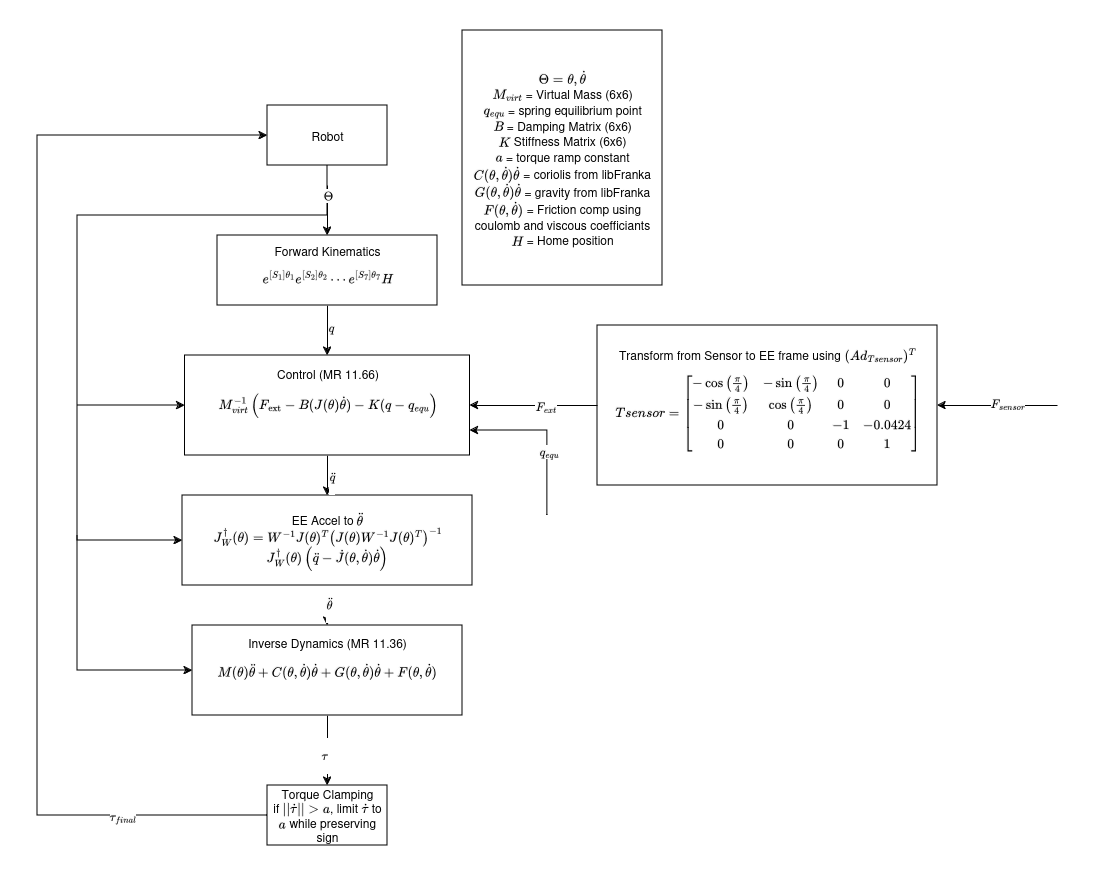
This is controller.png from jrblom2/Franka-Emika-Admittance-Control, a draw.io export, as it was before one commit. Source tidied: cells renumbered, new cells last; positions are measured from the earlier drawing's top-left corner, leaving out a move shared by most shapes.
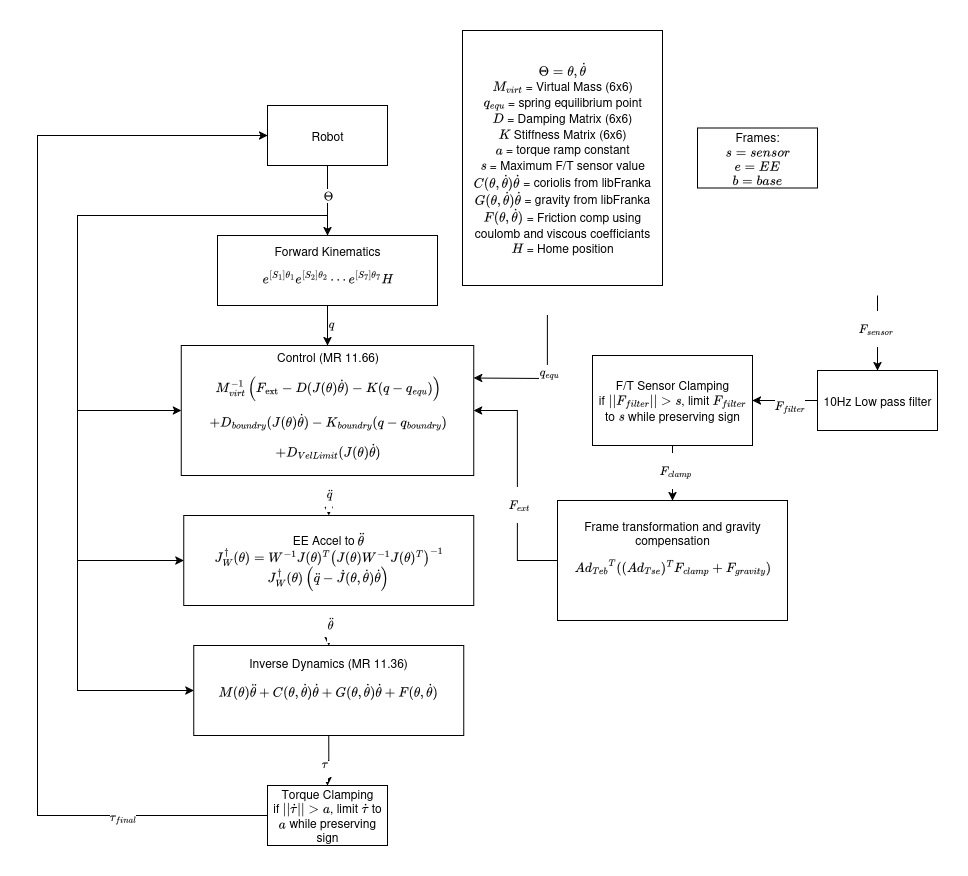
The same file after the commit.

Commit message:
update block diagrams in repo

The edit, as a diff of the source:
```diff
@@ -12,7 +12,7 @@
       <mxGeometry x="0.12" y="-4" relative="1" as="geometry" />
     </mxCell>
     <mxCell id="5" value="&lt;div&gt;Inverse Dynamics (MR 11.36)&lt;/div&gt;&lt;div&gt;$$M(\theta)\ddot{\theta} + C(\theta, \dot{\theta})\dot{\theta} + G(\theta, \dot{\theta})\dot{\theta} + F(\theta, \dot{\theta})$$&lt;br&gt;&lt;/div&gt;" style="rounded=0;whiteSpace=wrap;html=1;" parent="1" vertex="1">
-      <mxGeometry x="155" y="595" width="270" height="90" as="geometry" />
+      <mxGeometry x="156.2" y="615" width="270" height="90" as="geometry" />
     </mxCell>
     <mxCell id="6" style="edgeStyle=orthogonalEdgeStyle;rounded=0;jettySize=auto;html=1;exitX=0;exitY=0.5;exitDx=0;exitDy=0;entryX=0;entryY=0.5;entryDx=0;entryDy=0;" parent="1" edge="1" source="8" target="2">
       <mxGeometry relative="1" as="geometry">
@@ -35,14 +35,14 @@
       <mxGeometry x="-0.16" relative="1" as="geometry" />
     </mxCell>
     <mxCell id="11" value="EE Accel to \(\ddot{\theta}\)&lt;br&gt;\(J^{\dagger}_W(\theta) = W^{-1} J(\theta)^T \left( J(\theta) W^{-1} J(\theta)^T \right)^{-1}\)&lt;br&gt;\(J^{\dagger}_W(\theta) \left( \ddot{q} - \dot{J}(\theta, \dot{\theta}) \dot{\theta} \right)&lt;br&gt;\)" style="rounded=0;whiteSpace=wrap;html=1;" parent="1" vertex="1">
-      <mxGeometry x="145" y="465" width="290" height="90" as="geometry" />
+      <mxGeometry x="146.2" y="485" width="290" height="90" as="geometry" />
     </mxCell>
     <mxCell id="12" style="edgeStyle=orthogonalEdgeStyle;rounded=0;jettySize=auto;html=1;exitX=0.5;exitY=1;exitDx=0;exitDy=0;entryX=0;entryY=0.5;entryDx=0;entryDy=0;" parent="1" edge="1" source="2" target="11">
       <mxGeometry relative="1" as="geometry">
         <Array as="points">
           <mxPoint x="290" y="185" />
           <mxPoint x="40" y="185" />
-          <mxPoint x="40" y="510" />
+          <mxPoint x="40" y="530" />
         </Array>
       </mxGeometry>
     </mxCell>
@@ -61,33 +61,30 @@
     <mxCell id="17" value="$$\ddot{q}$$" style="edgeLabel;html=1;align=center;verticalAlign=middle;" parent="16" vertex="1">
       <mxGeometry x="-0.02" y="3" relative="1" as="geometry" />
     </mxCell>
-    <mxCell id="18" value="&lt;div&gt;Control (MR 11.66)&lt;br&gt;&lt;/div&gt;&lt;div&gt;$$M_{virt}^{-1} \left( F_{\text{ext}} - B (J(\theta) \dot\theta) - K (q - q_{equ} \right)&lt;br&gt;$$&lt;br&gt;&lt;/div&gt;" style="rounded=0;whiteSpace=wrap;html=1;" parent="1" vertex="1">
-      <mxGeometry x="147.5" y="325" width="285" height="100" as="geometry" />
+    <mxCell id="18" value="&lt;div&gt;Control (MR 11.66)&lt;br&gt;&lt;/div&gt;&lt;div&gt;$$M_{virt}^{-1} \left( F_{\text{ext}} - D (J(\theta) \dot\theta) - K (q - q_{equ}) \right)&lt;br&gt;$$ $$ + D_{boundry} (J(\theta) \dot\theta) - K_{boundry} (q - q_{boundry})$$ $$ + D_{VelLimit} (J(\theta) \dot\theta)$$&lt;/div&gt;" style="rounded=0;whiteSpace=wrap;html=1;" parent="1" vertex="1">
+      <mxGeometry x="143.8" y="315" width="292.5" height="130" as="geometry" />
     </mxCell>
-    <mxCell id="19" style="endArrow=classic;html=1;rounded=0;entryX=1;entryY=0.5;entryDx=0;entryDy=0;" parent="1" edge="1" target="28">
+    <mxCell id="19" style="endArrow=classic;html=1;rounded=0;entryX=0.5;entryY=0;entryDx=0;entryDy=0;" parent="1" edge="1" target="37">
       <mxGeometry relative="1" as="geometry">
-        <mxPoint x="1020" y="375" as="sourcePoint" />
+        <mxPoint x="840" y="265" as="sourcePoint" />
       </mxGeometry>
     </mxCell>
     <mxCell id="20" value="$$F_{sensor}$$" style="edgeLabel;html=1;align=center;verticalAlign=middle;" parent="19" vertex="1">
       <mxGeometry x="-0.15" y="-3" relative="1" as="geometry" />
     </mxCell>
-    <mxCell id="21" value="&lt;div style=&quot;line-height: 130%;&quot;&gt;\(\Theta = \theta,\dot{\theta}\)&lt;br&gt;\(M_{virt}\) = Virtual Mass (6x6)&lt;br&gt;\(q_{equ}\) = spring equilibrium point&lt;br&gt;\(B\) = Damping Matrix (6x6)&lt;br&gt;\(K\) Stiffness Matrix (6x6)&lt;br&gt;\(a\) = torque ramp constant&lt;br&gt;\(C(\theta, \dot{\theta})\dot{\theta}\) = coriolis from libFranka&lt;br&gt;\(G(\theta, \dot{\theta})\dot{\theta}\) = gravity from libFranka&lt;br&gt;\(F(\theta, \dot{\theta})\) = Friction comp using coulomb and viscous coefficiants&lt;br&gt;&lt;/div&gt;&lt;div style=&quot;line-height: 130%;&quot;&gt;\(H\) = Home position&lt;br&gt;&lt;/div&gt;" style="rounded=0;whiteSpace=wrap;html=1;" parent="1" vertex="1">
+    <mxCell id="21" value="&lt;div style=&quot;line-height: 130%;&quot;&gt;\(\Theta = \theta,\dot{\theta}\)&lt;br&gt;\(M_{virt}\) = Virtual Mass (6x6)&lt;br&gt;\(q_{equ}\) = spring equilibrium point&lt;br&gt;\(D\) = Damping Matrix (6x6)&lt;br&gt;\(K\) Stiffness Matrix (6x6)&lt;br&gt;\(a\) = torque ramp constant&lt;br&gt;\(s\) = Maximum F/T sensor value&lt;br&gt;\(C(\theta, \dot{\theta})\dot{\theta}\) = coriolis from libFranka&lt;br&gt;\(G(\theta, \dot{\theta})\dot{\theta}\) = gravity from libFranka&lt;br&gt;\(F(\theta, \dot{\theta})\) = Friction comp using coulomb and viscous coefficiants&lt;br&gt;&lt;/div&gt;&lt;div style=&quot;line-height: 130%;&quot;&gt;\(H\) = Home position&lt;br&gt;&lt;/div&gt;" style="rounded=0;whiteSpace=wrap;html=1;" parent="1" vertex="1">
       <mxGeometry x="425" width="200" height="255" as="geometry" />
     </mxCell>
     <mxCell id="22" style="endArrow=classic;html=1;rounded=0;entryX=0;entryY=0.5;entryDx=0;entryDy=0;" parent="1" edge="1" target="18">
       <mxGeometry relative="1" as="geometry">
-        <mxPoint x="40" y="375" as="sourcePoint" />
-        <Array as="points">
-          <mxPoint x="75" y="375" />
-        </Array>
+        <mxPoint x="40" y="380" as="sourcePoint" />
       </mxGeometry>
     </mxCell>
     <mxCell id="23" style="endArrow=classic;html=1;rounded=0;entryX=0;entryY=0.5;entryDx=0;entryDy=0;" parent="1" edge="1" target="5">
       <mxGeometry relative="1" as="geometry">
         <mxPoint x="40" y="505" as="sourcePoint" />
         <Array as="points">
-          <mxPoint x="40" y="640" />
+          <mxPoint x="40" y="660" />
         </Array>
       </mxGeometry>
     </mxCell>
@@ -99,25 +96,51 @@
     <mxCell id="25" value="\(\Theta\)" style="edgeLabel;html=1;align=center;verticalAlign=middle;" parent="24" vertex="1">
       <mxGeometry x="-0.64" y="-1" relative="1" as="geometry" />
     </mxCell>
-    <mxCell id="26" style="endArrow=classic;html=1;rounded=0;entryX=1;entryY=0.75;entryDx=0;entryDy=0;" parent="1" edge="1" target="18">
+    <mxCell id="26" style="endArrow=classic;html=1;rounded=0;entryX=1;entryY=0.25;entryDx=0;entryDy=0;" parent="1" edge="1" target="18">
       <mxGeometry relative="1" as="geometry">
-        <mxPoint x="510" y="485" as="sourcePoint" />
+        <mxPoint x="510" y="285" as="sourcePoint" />
         <Array as="points">
-          <mxPoint x="510" y="400" />
+          <mxPoint x="510" y="348" />
         </Array>
       </mxGeometry>
     </mxCell>
     <mxCell id="27" value="\(q_{equ}\)" style="edgeLabel;html=1;align=center;verticalAlign=middle;" parent="26" vertex="1">
       <mxGeometry x="-0.2" relative="1" as="geometry" />
     </mxCell>
-    <mxCell id="28" value="Transform from Sensor to EE frame using \(({Ad_{Tsensor}})^T\)&lt;br&gt;$$Tsensor = \begin{bmatrix}&lt;br&gt;&amp;nbsp; -\cos\left(\frac{\pi}{4}\right) &amp;amp; -\sin\left(\frac{\pi}{4}\right) &amp;amp; 0 &amp;amp; 0 \\&lt;br&gt;&amp;nbsp; -\sin\left(\frac{\pi}{4}\right) &amp;amp;&amp;nbsp; \cos\left(\frac{\pi}{4}\right) &amp;amp; 0 &amp;amp; 0 \\&lt;br&gt;&amp;nbsp;&amp;nbsp; 0&amp;nbsp;&amp;nbsp;&amp;nbsp;&amp;nbsp;&amp;nbsp;&amp;nbsp;&amp;nbsp;&amp;nbsp;&amp;nbsp;&amp;nbsp;&amp;nbsp;&amp;nbsp;&amp;nbsp;&amp;nbsp;&amp;nbsp;&amp;nbsp;&amp;nbsp;&amp;nbsp;&amp;nbsp;&amp;nbsp;&amp;nbsp;&amp;nbsp;&amp;nbsp;&amp;nbsp;&amp;nbsp;&amp;nbsp;&amp;nbsp;&amp;nbsp;&amp;nbsp; &amp;amp;&amp;nbsp; 0&amp;nbsp;&amp;nbsp;&amp;nbsp;&amp;nbsp;&amp;nbsp;&amp;nbsp;&amp;nbsp;&amp;nbsp;&amp;nbsp;&amp;nbsp;&amp;nbsp;&amp;nbsp;&amp;nbsp;&amp;nbsp;&amp;nbsp;&amp;nbsp;&amp;nbsp;&amp;nbsp;&amp;nbsp;&amp;nbsp;&amp;nbsp;&amp;nbsp;&amp;nbsp;&amp;nbsp;&amp;nbsp;&amp;nbsp;&amp;nbsp;&amp;nbsp;&amp;nbsp; &amp;amp; -1 &amp;amp; -0.0424 \\&lt;br&gt;&amp;nbsp;&amp;nbsp; 0&amp;nbsp;&amp;nbsp;&amp;nbsp;&amp;nbsp;&amp;nbsp;&amp;nbsp;&amp;nbsp;&amp;nbsp;&amp;nbsp;&amp;nbsp;&amp;nbsp;&amp;nbsp;&amp;nbsp;&amp;nbsp;&amp;nbsp;&amp;nbsp;&amp;nbsp;&amp;nbsp;&amp;nbsp;&amp;nbsp;&amp;nbsp;&amp;nbsp;&amp;nbsp;&amp;nbsp;&amp;nbsp;&amp;nbsp;&amp;nbsp;&amp;nbsp;&amp;nbsp; &amp;amp;&amp;nbsp; 0&amp;nbsp;&amp;nbsp;&amp;nbsp;&amp;nbsp;&amp;nbsp;&amp;nbsp;&amp;nbsp;&amp;nbsp;&amp;nbsp;&amp;nbsp;&amp;nbsp;&amp;nbsp;&amp;nbsp;&amp;nbsp;&amp;nbsp;&amp;nbsp;&amp;nbsp;&amp;nbsp;&amp;nbsp;&amp;nbsp;&amp;nbsp;&amp;nbsp;&amp;nbsp;&amp;nbsp;&amp;nbsp;&amp;nbsp;&amp;nbsp;&amp;nbsp;&amp;nbsp; &amp;amp;&amp;nbsp; 0 &amp;amp; 1&lt;br&gt;\end{bmatrix}&lt;br&gt;$$" style="rounded=0;whiteSpace=wrap;html=1;" parent="1" vertex="1">
-      <mxGeometry x="560" y="295" width="340" height="160" as="geometry" />
+    <mxCell id="28" value="Frame transformation and gravity compensation&lt;br&gt;$${Ad_{Teb}}^T(({Ad_{Tse}})^TF_{clamp} + F_{gravity})$$&lt;div&gt;&lt;br&gt;&lt;/div&gt;" style="rounded=0;whiteSpace=wrap;html=1;" parent="1" vertex="1">
+      <mxGeometry x="520" y="470" width="230" height="120" as="geometry" />
     </mxCell>
     <mxCell id="29" style="endArrow=classic;html=1;rounded=0;entryX=1;entryY=0.5;entryDx=0;entryDy=0;exitX=0;exitY=0.5;exitDx=0;exitDy=0;" parent="1" edge="1" source="28" target="18">
-      <mxGeometry relative="1" as="geometry" />
+      <mxGeometry relative="1" as="geometry">
+        <Array as="points">
+          <mxPoint x="480" y="530" />
+          <mxPoint x="480" y="380" />
+        </Array>
+      </mxGeometry>
     </mxCell>
     <mxCell id="30" value="$$F_{ext}$$" style="edgeLabel;html=1;align=center;verticalAlign=middle;" parent="29" vertex="1">
       <mxGeometry x="-0.17" relative="1" as="geometry" />
     </mxCell>
+    <mxCell id="31" value="Frames:&lt;br&gt;\(s = sensor\)&lt;br&gt;\(e = EE\)&lt;br&gt;\(b = base\)" style="rounded=0;whiteSpace=wrap;html=1;" parent="1" vertex="1">
+      <mxGeometry x="660" y="97.5" width="120" height="60" as="geometry" />
+    </mxCell>
+    <mxCell id="32" style="edgeStyle=orthogonalEdgeStyle;rounded=0;jettySize=auto;html=1;exitX=0.5;exitY=1;exitDx=0;exitDy=0;entryX=0.5;entryY=0;entryDx=0;entryDy=0;" parent="1" edge="1" source="34" target="28">
+      <mxGeometry relative="1" as="geometry" />
+    </mxCell>
+    <mxCell id="33" value="$$F_{clamp}$$" style="edgeLabel;html=1;align=center;verticalAlign=middle;" parent="32" vertex="1">
+      <mxGeometry x="-0.14" y="2" relative="1" as="geometry" />
+    </mxCell>
+    <mxCell id="34" value="&lt;div&gt;F/T Sensor Clamping&lt;/div&gt;&lt;div&gt;if \(||F_{filter}|| &amp;gt; s\), limit \(F_{filter}\) to \(s\) while preserving sign&lt;/div&gt;" style="rounded=0;whiteSpace=wrap;html=1;" parent="1" vertex="1">
+      <mxGeometry x="555" y="325" width="160" height="90" as="geometry" />
+    </mxCell>
+    <mxCell id="35" style="edgeStyle=orthogonalEdgeStyle;rounded=0;jettySize=auto;html=1;exitX=0;exitY=0.5;exitDx=0;exitDy=0;entryX=1;entryY=0.5;entryDx=0;entryDy=0;" parent="1" edge="1" source="37" target="34">
+      <mxGeometry relative="1" as="geometry" />
+    </mxCell>
+    <mxCell id="36" value="$$F_{filter}$$" style="edgeLabel;html=1;align=center;verticalAlign=middle;" parent="35" vertex="1">
+      <mxGeometry x="-0.09" y="4" relative="1" as="geometry" />
+    </mxCell>
+    <mxCell id="37" value="10Hz Low pass filter" style="rounded=0;whiteSpace=wrap;html=1;" parent="1" vertex="1">
+      <mxGeometry x="780" y="340" width="120" height="60" as="geometry" />
+    </mxCell>
   </root>
 </mxGraphModel>
```
